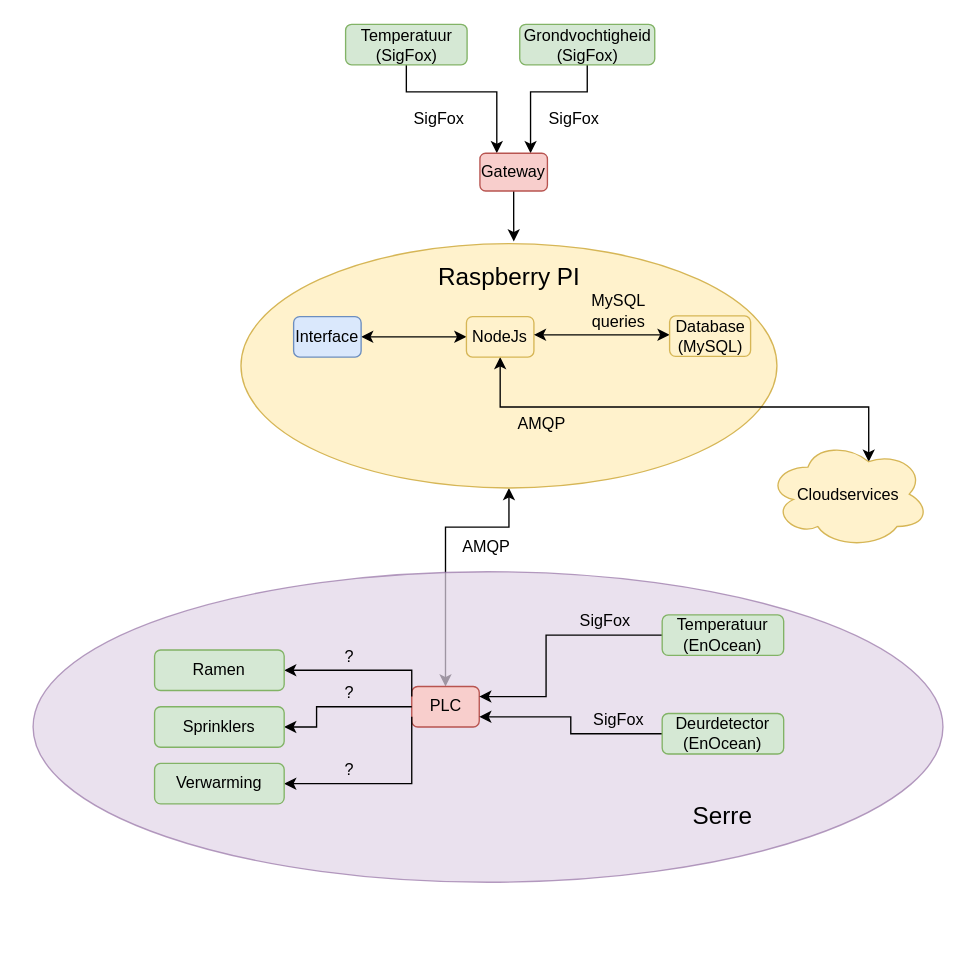
The draw.io diagram schema's/Serresturing.drawio in Koffiejoe/IA-EnOcean, before the edit. Source tidied: cells renumbered, new cells numbered last; positions are measured from the earlier drawing's top-left corner, leaving out a move shared by most shapes. Both pictures are drawn from the tidied source at 135%, with x=0, y=0 at pixel (32, 24).
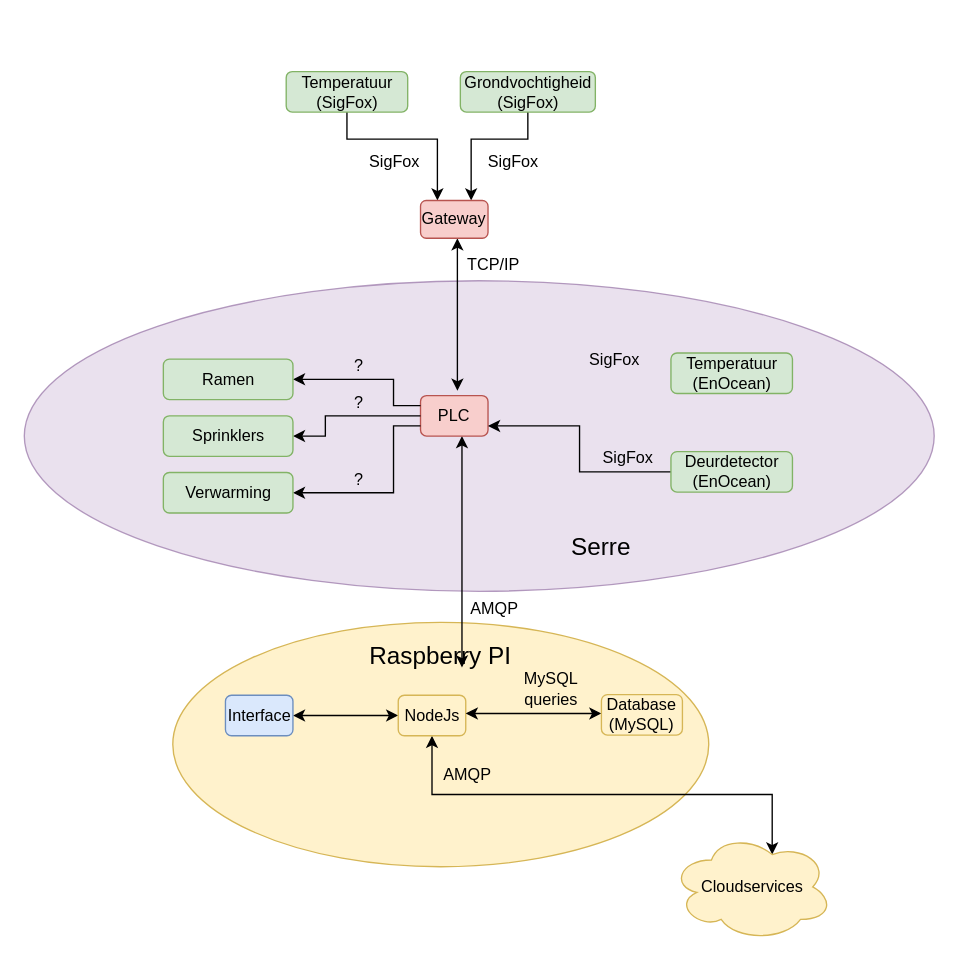
The same diagram, later.

Diff of the diagram source:
```diff
@@
-    <mxCell id="2" style="edgeStyle=orthogonalEdgeStyle;rounded=0;jettySize=auto;html=1;entryX=0.5;entryY=0;entryDx=0;entryDy=0;targetPerimeterSpacing=0;startArrow=classic;startFill=1;" parent="1" edge="1" source="3" target="12">
-      <mxGeometry relative="1" as="geometry">
-        <Array as="points">
-          <mxPoint x="353" y="372" />
-          <mxPoint x="305" y="372" />
-        </Array>
-      </mxGeometry>
-    </mxCell>
     <mxCell id="3" style="ellipse;whiteSpace=wrap;html=1;fillColor=#fff2cc;strokeColor=#d6b656;" parent="1" vertex="1">
-      <mxGeometry x="154" y="162" width="397" height="181" as="geometry" />
+      <mxGeometry x="103.5" y="442.5" width="397" height="181" as="geometry" />
     </mxCell>
     <mxCell id="4" style="ellipse;whiteSpace=wrap;html=1;fillColor=#e1d5e7;strokeColor=#9673a6;opacity=70;" parent="1" vertex="1">
-      <mxGeometry y="405" width="674" height="230" as="geometry" />
+      <mxGeometry x="-6.5" y="189.5" width="674" height="230" as="geometry" />
     </mxCell>
@@
     <mxCell id="6" style="edgeStyle=orthogonalEdgeStyle;rounded=0;jettySize=auto;html=1;startArrow=classic;startFill=1;endArrow=classic;endFill=1;entryX=0.625;entryY=0.2;entryDx=0;entryDy=0;entryPerimeter=0;" parent="1" edge="1" source="7" target="11">
       <mxGeometry relative="1" as="geometry">
         <Array as="points">
-          <mxPoint x="346" y="283" />
-          <mxPoint x="619" y="283" />
+          <mxPoint x="295" y="570" />
+          <mxPoint x="547" y="570" />
         </Array>
       </mxGeometry>
     </mxCell>
     <mxCell id="7" value="NodeJs" style="rounded=1;whiteSpace=wrap;html=1;fillColor=#fff2cc;strokeColor=#d6b656;" parent="1" vertex="1">
-      <mxGeometry x="321" y="216" width="50" height="30" as="geometry" />
+      <mxGeometry x="270.5" y="496.5" width="50" height="30" as="geometry" />
     </mxCell>
     <mxCell id="8" value="Interface" style="rounded=1;whiteSpace=wrap;html=1;fillColor=#dae8fc;strokeColor=#6c8ebf;" parent="1" vertex="1">
-      <mxGeometry x="193" y="216" width="50" height="30" as="geometry" />
+      <mxGeometry x="142.5" y="496.5" width="50" height="30" as="geometry" />
     </mxCell>
     <mxCell id="9" style="edgeStyle=orthogonalEdgeStyle;rounded=0;jettySize=auto;html=1;startArrow=classic;startFill=1;endArrow=classic;endFill=1;" parent="1" edge="1" source="10" target="7">
       <mxGeometry relative="1" as="geometry">
         <Array as="points">
-          <mxPoint x="455.5" y="229.5" />
-          <mxPoint x="455.5" y="229.5" />
+          <mxPoint x="405" y="510" />
+          <mxPoint x="405" y="510" />
         </Array>
       </mxGeometry>
     </mxCell>
     <mxCell id="10" value="Database&lt;br&gt;(MySQL)" style="rounded=1;whiteSpace=wrap;html=1;fillColor=#fff2cc;strokeColor=#d6b656;" parent="1" vertex="1">
-      <mxGeometry x="471.5" y="215.5" width="60" height="30" as="geometry" />
+      <mxGeometry x="421" y="496" width="60" height="30" as="geometry" />
     </mxCell>
     <mxCell id="11" value="Cloudservices" style="ellipse;shape=cloud;whiteSpace=wrap;html=1;fillColor=#fff2cc;strokeColor=#d6b656;" parent="1" vertex="1">
-      <mxGeometry x="544" y="307.5" width="120" height="80" as="geometry" />
+      <mxGeometry x="472.5" y="598.5" width="120" height="80" as="geometry" />
     </mxCell>
+    <mxCell id="41" style="edgeStyle=orthogonalEdgeStyle;rounded=0;jettySize=auto;html=1;startArrow=classic;startFill=1;targetPerimeterSpacing=0;" parent="1" edge="1" source="12">
+      <mxGeometry relative="1" as="geometry">
+        <mxPoint x="317.7" y="476" as="targetPoint" />
+        <Array as="points">
+          <mxPoint x="318" y="390" />
+        </Array>
+      </mxGeometry>
+    </mxCell>
     <mxCell id="12" value="PLC" style="rounded=1;whiteSpace=wrap;html=1;fillColor=#f8cecc;strokeColor=#b85450;" parent="1" vertex="1">
-      <mxGeometry x="280.5" y="490" width="50" height="30" as="geometry" />
+      <mxGeometry x="287" y="274.5" width="50" height="30" as="geometry" />
     </mxCell>
     <mxCell id="13" style="edgeStyle=orthogonalEdgeStyle;rounded=0;jettySize=auto;html=1;exitX=1;exitY=0.5;exitDx=0;exitDy=0;entryX=0;entryY=0.25;entryDx=0;entryDy=0;startArrow=classic;startFill=1;endArrow=none;endFill=0;" parent="1" edge="1" source="14" target="12">
       <mxGeometry relative="1" as="geometry">
         <Array as="points">
-          <mxPoint x="280" y="478" />
+          <mxPoint x="267" y="263" />
+          <mxPoint x="267" y="282" />
         </Array>
       </mxGeometry>
     </mxCell>
     <mxCell id="14" value="Ramen" style="rounded=1;whiteSpace=wrap;html=1;fillColor=#d5e8d4;strokeColor=#82b366;" parent="1" vertex="1">
-      <mxGeometry x="90" y="463" width="96" height="30" as="geometry" />
+      <mxGeometry x="96.5" y="247.5" width="96" height="30" as="geometry" />
     </mxCell>
     <mxCell id="15" style="edgeStyle=orthogonalEdgeStyle;rounded=0;jettySize=auto;html=1;exitX=1;exitY=0.5;exitDx=0;exitDy=0;entryX=0;entryY=0.75;entryDx=0;entryDy=0;startArrow=classic;startFill=1;endArrow=none;endFill=0;" parent="1" edge="1" source="16" target="12">
       <mxGeometry relative="1" as="geometry">
         <Array as="points">
-          <mxPoint x="280" y="562" />
+          <mxPoint x="267" y="347" />
+          <mxPoint x="267" y="297" />
         </Array>
       </mxGeometry>
     </mxCell>
     <mxCell id="16" value="Verwarming" style="rounded=1;whiteSpace=wrap;html=1;fillColor=#d5e8d4;strokeColor=#82b366;" parent="1" vertex="1">
-      <mxGeometry x="90" y="547" width="96" height="30" as="geometry" />
+      <mxGeometry x="96.5" y="331.5" width="96" height="30" as="geometry" />
     </mxCell>
     <mxCell id="17" style="edgeStyle=orthogonalEdgeStyle;rounded=0;jettySize=auto;html=1;exitX=1;exitY=0.5;exitDx=0;exitDy=0;startArrow=classic;startFill=1;endArrow=none;endFill=0;entryX=0;entryY=0.5;entryDx=0;entryDy=0;" parent="1" edge="1" source="18" target="12">
       <mxGeometry relative="1" as="geometry">
         <Array as="points">
-          <mxPoint x="210" y="520" />
-          <mxPoint x="210" y="505" />
+          <mxPoint x="216.5" y="304.5" />
+          <mxPoint x="216.5" y="289.5" />
         </Array>
       </mxGeometry>
     </mxCell>
     <mxCell id="18" value="Sprinklers" style="rounded=1;whiteSpace=wrap;html=1;fillColor=#d5e8d4;strokeColor=#82b366;" parent="1" vertex="1">
-      <mxGeometry x="90" y="505" width="96" height="30" as="geometry" />
+      <mxGeometry x="96.5" y="289.5" width="96" height="30" as="geometry" />
     </mxCell>
     <mxCell id="19" value="AMQP" style="text;html=1;strokeColor=none;fillColor=none;align=center;verticalAlign=middle;whiteSpace=wrap;rounded=0;" parent="1" vertex="1">
-      <mxGeometry x="316" y="376.5" width="40" height="20" as="geometry" />
+      <mxGeometry x="322" y="422.5" width="40" height="20" as="geometry" />
     </mxCell>
     <mxCell id="20" value="AMQP" style="text;html=1;strokeColor=none;fillColor=none;align=center;verticalAlign=middle;whiteSpace=wrap;rounded=0;" parent="1" vertex="1">
-      <mxGeometry x="356.5" y="285.5" width="40" height="20" as="geometry" />
+      <mxGeometry x="302" y="546" width="40" height="20" as="geometry" />
     </mxCell>
-    <mxCell id="21" style="edgeStyle=orthogonalEdgeStyle;rounded=0;jettySize=auto;html=1;exitX=0;exitY=0.5;exitDx=0;exitDy=0;startArrow=none;startFill=0;endArrow=classic;endFill=1;entryX=1;entryY=0.25;entryDx=0;entryDy=0;" parent="1" edge="1" source="22" target="12">
-      <mxGeometry relative="1" as="geometry">
-        <Array as="points">
-          <mxPoint x="480" y="452" />
-          <mxPoint x="380" y="452" />
-          <mxPoint x="380" y="534" />
-        </Array>
-      </mxGeometry>
-    </mxCell>
     <mxCell id="22" value="Temperatuur (EnOcean)" style="rounded=1;whiteSpace=wrap;html=1;fillColor=#d5e8d4;strokeColor=#82b366;" parent="1" vertex="1">
-      <mxGeometry x="466" y="437" width="90" height="30" as="geometry" />
+      <mxGeometry x="472.5" y="243" width="90" height="30" as="geometry" />
     </mxCell>
@@
     <mxCell id="24" value="Deurdetector (EnOcean)" style="rounded=1;whiteSpace=wrap;html=1;fillColor=#d5e8d4;strokeColor=#82b366;" parent="1" vertex="1">
-      <mxGeometry x="466" y="510" width="90" height="30" as="geometry" />
+      <mxGeometry x="472.5" y="316" width="90" height="30" as="geometry" />
     </mxCell>
     <mxCell id="25" style="edgeStyle=orthogonalEdgeStyle;rounded=0;jettySize=auto;html=1;exitX=0.5;exitY=1;exitDx=0;exitDy=0;entryX=0.25;entryY=0;entryDx=0;entryDy=0;startArrow=none;startFill=0;endArrow=classic;endFill=1;" parent="1" edge="1" source="26" target="31">
       <mxGeometry relative="1" as="geometry">
         <Array as="points">
-          <mxPoint x="276" y="49.5" />
-          <mxPoint x="344" y="49.5" />
+          <mxPoint x="232" y="84.5" />
+          <mxPoint x="300" y="84.5" />
         </Array>
       </mxGeometry>
     </mxCell>
     <mxCell id="26" value="Temperatuur (SigFox)" style="rounded=1;whiteSpace=wrap;html=1;fillColor=#d5e8d4;strokeColor=#82b366;" parent="1" vertex="1">
-      <mxGeometry x="231.5" y="-0.5" width="90" height="30" as="geometry" />
+      <mxGeometry x="187.5" y="34.5" width="90" height="30" as="geometry" />
     </mxCell>
     <mxCell id="27" value="&lt;font style=&quot;font-size: 18px&quot;&gt;Serre&lt;/font&gt;" style="text;html=1;strokeColor=none;fillColor=none;align=center;verticalAlign=middle;whiteSpace=wrap;rounded=0;" parent="1" vertex="1">
-      <mxGeometry x="491" y="576" width="40" height="20" as="geometry" />
+      <mxGeometry x="401" y="377" width="40" height="20" as="geometry" />
     </mxCell>
     <mxCell id="28" style="edgeStyle=orthogonalEdgeStyle;rounded=0;jettySize=auto;html=1;exitX=0.5;exitY=1;exitDx=0;exitDy=0;entryX=0.75;entryY=0;entryDx=0;entryDy=0;startArrow=none;startFill=0;endArrow=classic;endFill=1;" parent="1" edge="1" source="29" target="31">
       <mxGeometry relative="1" as="geometry">
         <Array as="points">
-          <mxPoint x="411" y="49.5" />
-          <mxPoint x="369" y="49.5" />
+          <mxPoint x="367" y="84.5" />
+          <mxPoint x="325" y="84.5" />
         </Array>
       </mxGeometry>
     </mxCell>
     <mxCell id="29" value="Grondvochtigheid (SigFox)" style="rounded=1;whiteSpace=wrap;html=1;fillColor=#d5e8d4;strokeColor=#82b366;" parent="1" vertex="1">
-      <mxGeometry x="360.5" y="-0.5" width="100" height="30" as="geometry" />
+      <mxGeometry x="316.5" y="34.5" width="100" height="30" as="geometry" />
     </mxCell>
-    <mxCell id="30" style="edgeStyle=orthogonalEdgeStyle;rounded=0;jettySize=auto;html=1;entryX=0.509;entryY=-0.009;entryDx=0;entryDy=0;entryPerimeter=0;" parent="1" edge="1" source="31" target="3">
-      <mxGeometry relative="1" as="geometry" />
-    </mxCell>
+    <mxCell id="42" style="edgeStyle=orthogonalEdgeStyle;rounded=0;jettySize=auto;html=1;entryX=0.476;entryY=0.354;entryDx=0;entryDy=0;entryPerimeter=0;startArrow=classic;startFill=1;targetPerimeterSpacing=0;" parent="1" edge="1" source="31" target="4">
+      <mxGeometry relative="1" as="geometry">
+        <Array as="points">
+          <mxPoint x="314" y="178" />
+        </Array>
+      </mxGeometry>
+    </mxCell>
     <mxCell id="31" value="Gateway" style="rounded=1;whiteSpace=wrap;html=1;fillColor=#f8cecc;strokeColor=#b85450;" parent="1" vertex="1">
-      <mxGeometry x="331" y="95" width="50" height="28" as="geometry" />
+      <mxGeometry x="287" y="130" width="50" height="28" as="geometry" />
     </mxCell>
     <mxCell id="32" value="SigFox" style="text;html=1;strokeColor=none;fillColor=none;align=center;verticalAlign=middle;whiteSpace=wrap;rounded=0;" parent="1" vertex="1">
-      <mxGeometry x="281" y="59.5" width="40" height="20" as="geometry" />
+      <mxGeometry x="248" y="91.5" width="40" height="20" as="geometry" />
     </mxCell>
     <mxCell id="33" value="SigFox" style="text;html=1;strokeColor=none;fillColor=none;align=center;verticalAlign=middle;whiteSpace=wrap;rounded=0;" parent="1" vertex="1">
-      <mxGeometry x="381" y="59.5" width="40" height="20" as="geometry" />
+      <mxGeometry x="336" y="91.5" width="40" height="20" as="geometry" />
     </mxCell>
     <mxCell id="34" value="SigFox" style="text;html=1;strokeColor=none;fillColor=none;align=center;verticalAlign=middle;whiteSpace=wrap;rounded=0;" parent="1" vertex="1">
-      <mxGeometry x="404" y="431.5" width="40" height="20" as="geometry" />
+      <mxGeometry x="410.5" y="237.5" width="40" height="20" as="geometry" />
     </mxCell>
     <mxCell id="35" value="SigFox" style="text;html=1;strokeColor=none;fillColor=none;align=center;verticalAlign=middle;whiteSpace=wrap;rounded=0;" parent="1" vertex="1">
-      <mxGeometry x="414" y="505" width="40" height="20" as="geometry" />
+      <mxGeometry x="420.5" y="311" width="40" height="20" as="geometry" />
     </mxCell>
     <mxCell id="36" value="?" style="text;html=1;strokeColor=none;fillColor=none;align=center;verticalAlign=middle;whiteSpace=wrap;rounded=0;" parent="1" vertex="1">
-      <mxGeometry x="229" y="458" width="11" height="20" as="geometry" />
+      <mxGeometry x="235.5" y="242.5" width="11" height="20" as="geometry" />
     </mxCell>
     <mxCell id="37" value="MySQL queries" style="text;html=1;strokeColor=none;fillColor=none;align=center;verticalAlign=middle;whiteSpace=wrap;rounded=0;" parent="1" vertex="1">
-      <mxGeometry x="412" y="196.5" width="44" height="30" as="geometry" />
+      <mxGeometry x="361.5" y="477" width="44" height="30" as="geometry" />
     </mxCell>
     <mxCell id="38" value="&lt;font style=&quot;font-size: 18px&quot;&gt;Raspberry PI&lt;/font&gt;" style="text;html=1;strokeColor=none;fillColor=none;align=center;verticalAlign=middle;whiteSpace=wrap;rounded=0;" parent="1" vertex="1">
-      <mxGeometry x="294.5" y="177" width="116" height="20" as="geometry" />
+      <mxGeometry x="244" y="457.5" width="116" height="20" as="geometry" />
     </mxCell>
     <mxCell id="39" value="?" style="text;html=1;strokeColor=none;fillColor=none;align=center;verticalAlign=middle;whiteSpace=wrap;rounded=0;" parent="1" vertex="1">
-      <mxGeometry x="229" y="485" width="11" height="20" as="geometry" />
+      <mxGeometry x="235.5" y="269.5" width="11" height="20" as="geometry" />
     </mxCell>
     <mxCell id="40" value="?" style="text;html=1;strokeColor=none;fillColor=none;align=center;verticalAlign=middle;whiteSpace=wrap;rounded=0;" parent="1" vertex="1">
-      <mxGeometry x="229" y="542" width="11" height="20" as="geometry" />
+      <mxGeometry x="235.5" y="326.5" width="11" height="20" as="geometry" />
     </mxCell>
+    <mxCell id="43" value="TCP/IP&lt;br&gt;" style="text;html=1;align=left;verticalAlign=top;spacingTop=-4;" parent="1" vertex="1">
+      <mxGeometry x="320" y="167.5" width="49" height="13" as="geometry" />
+    </mxCell>
```
